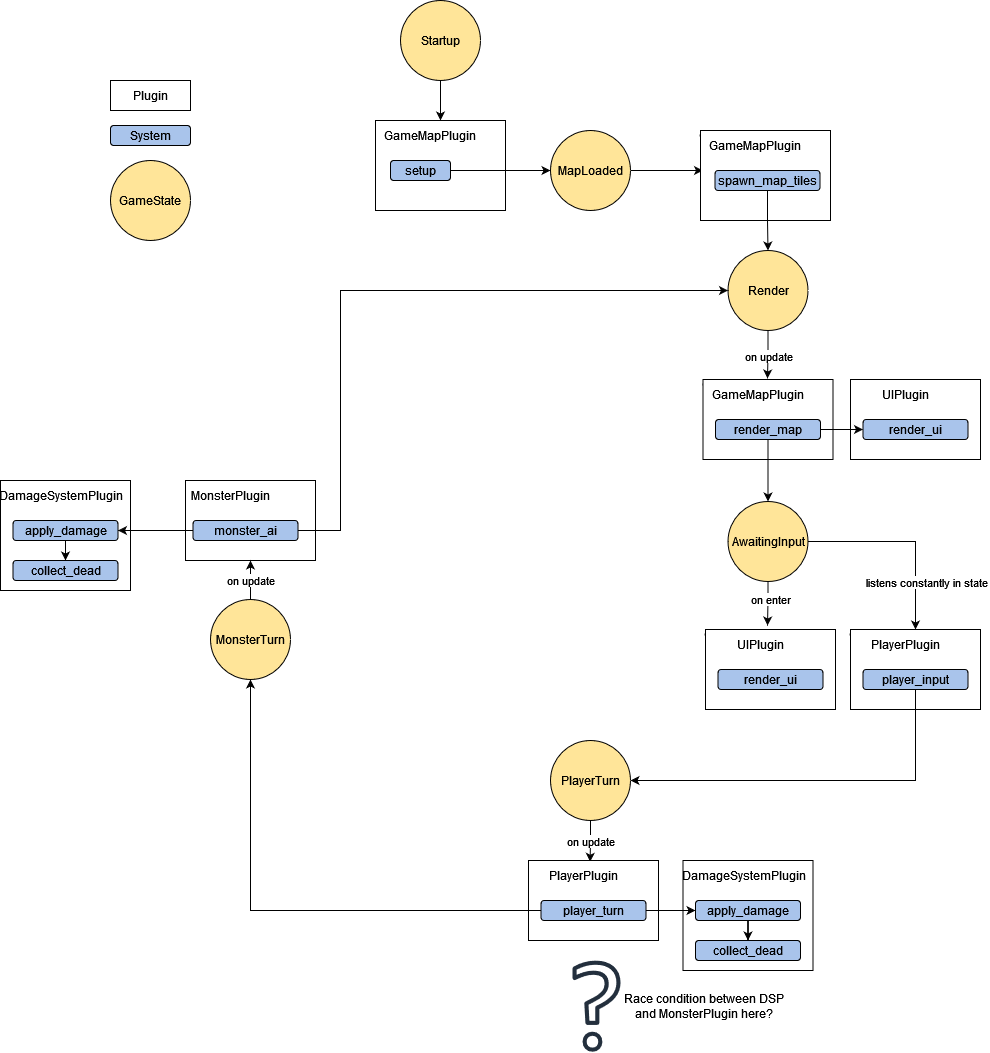
The draw.io diagram doc/game states.png in Philser/roguelike, before a commit. Source tidied: cells renumbered, new cells last; positions are measured from the earlier drawing's top-left corner, leaving out a move shared by most shapes. Its diagram source:
```xml
<mxGraphModel>
  <root>
    <mxCell id="0" />
    <mxCell id="1" parent="0" />
    <mxCell id="2" style="whiteSpace=wrap;html=1;" parent="1" vertex="1">
      <mxGeometry x="850" y="379" width="130" height="80" as="geometry" />
    </mxCell>
    <mxCell id="3" style="whiteSpace=wrap;html=1;" parent="1" vertex="1">
      <mxGeometry y="480" width="130" height="110" as="geometry" />
    </mxCell>
    <mxCell id="4" style="whiteSpace=wrap;html=1;" parent="1" vertex="1">
      <mxGeometry x="185" y="480" width="130" height="80" as="geometry" />
    </mxCell>
    <mxCell id="5" style="whiteSpace=wrap;html=1;" parent="1" vertex="1">
      <mxGeometry x="682.5" y="860" width="130" height="110" as="geometry" />
    </mxCell>
    <mxCell id="6" style="edgeStyle=orthogonalEdgeStyle;rounded=0;jettySize=auto;html=1;" parent="1" edge="1" source="7" target="8">
      <mxGeometry relative="1" as="geometry" />
    </mxCell>
    <mxCell id="7" value="Startup" style="ellipse;whiteSpace=wrap;html=1;fillColor=#FFE599;" parent="1" vertex="1">
      <mxGeometry x="400" width="80" height="80" as="geometry" />
    </mxCell>
    <mxCell id="8" style="whiteSpace=wrap;html=1;" parent="1" vertex="1">
      <mxGeometry x="375" y="120" width="130" height="90" as="geometry" />
    </mxCell>
    <mxCell id="9" value="GameMapPlugin" style="text;html=1;strokeColor=none;fillColor=none;align=center;verticalAlign=middle;whiteSpace=wrap;rounded=0;" parent="1" vertex="1">
      <mxGeometry x="400" y="120" width="60" height="30" as="geometry" />
    </mxCell>
    <mxCell id="10" style="edgeStyle=orthogonalEdgeStyle;rounded=0;jettySize=auto;html=1;entryX=0;entryY=0.5;entryDx=0;entryDy=0;" parent="1" edge="1" source="11" target="15">
      <mxGeometry relative="1" as="geometry" />
    </mxCell>
    <mxCell id="11" value="setup" style="rounded=1;whiteSpace=wrap;html=1;fillColor=#A9C4EB;" parent="1" vertex="1">
      <mxGeometry x="390" y="160" width="60" height="20" as="geometry" />
    </mxCell>
    <mxCell id="12" value="Plugin" style="whiteSpace=wrap;html=1;" parent="1" vertex="1">
      <mxGeometry x="110" y="80" width="80" height="30" as="geometry" />
    </mxCell>
    <mxCell id="13" value="System" style="rounded=1;whiteSpace=wrap;html=1;fillColor=#A9C4EB;" parent="1" vertex="1">
      <mxGeometry x="110" y="125" width="80" height="20" as="geometry" />
    </mxCell>
    <mxCell id="14" style="edgeStyle=orthogonalEdgeStyle;rounded=0;jettySize=auto;html=1;entryX=0;entryY=0.5;entryDx=0;entryDy=0;" parent="1" edge="1" source="15" target="18">
      <mxGeometry relative="1" as="geometry" />
    </mxCell>
    <mxCell id="15" value="MapLoaded" style="ellipse;whiteSpace=wrap;html=1;fillColor=#FFE599;" parent="1" vertex="1">
      <mxGeometry x="550" y="130" width="80" height="80" as="geometry" />
    </mxCell>
    <mxCell id="16" value="GameState" style="ellipse;whiteSpace=wrap;html=1;fillColor=#FFE599;" parent="1" vertex="1">
      <mxGeometry x="110" y="160" width="80" height="80" as="geometry" />
    </mxCell>
    <mxCell id="17" value="GameMapPlugin" style="text;html=1;strokeColor=none;fillColor=none;align=center;verticalAlign=middle;whiteSpace=wrap;rounded=0;" parent="1" vertex="1">
      <mxGeometry x="715" y="120" width="60" height="30" as="geometry" />
    </mxCell>
    <mxCell id="18" value="spawn_map_tiles" style="rounded=1;whiteSpace=wrap;html=1;fillColor=#A9C4EB;" parent="1" vertex="1">
      <mxGeometry x="702.5" y="160" width="105" height="20" as="geometry" />
    </mxCell>
    <mxCell id="19" value="on update" style="edgeStyle=orthogonalEdgeStyle;rounded=0;jettySize=auto;html=1;entryX=0.658;entryY=-0.033;entryDx=0;entryDy=0;entryPerimeter=0;" parent="1" edge="1" source="20" target="28">
      <mxGeometry x="0.01" y="-2" relative="1" as="geometry">
        <mxPoint x="3" y="2" as="offset" />
      </mxGeometry>
    </mxCell>
    <mxCell id="20" value="Render" style="ellipse;whiteSpace=wrap;html=1;fillColor=#FFE599;" parent="1" vertex="1">
      <mxGeometry x="727.5" y="250" width="80" height="80" as="geometry" />
    </mxCell>
    <mxCell id="21" style="whiteSpace=wrap;html=1;" parent="1" vertex="1">
      <mxGeometry x="700" y="130" width="130" height="90" as="geometry" />
    </mxCell>
    <mxCell id="22" value="GameMapPlugin" style="text;html=1;strokeColor=none;fillColor=none;align=center;verticalAlign=middle;whiteSpace=wrap;rounded=0;" parent="1" vertex="1">
      <mxGeometry x="725" y="130" width="60" height="30" as="geometry" />
    </mxCell>
    <mxCell id="23" style="edgeStyle=orthogonalEdgeStyle;rounded=0;jettySize=auto;html=1;entryX=0.5;entryY=0;entryDx=0;entryDy=0;" parent="1" edge="1" source="24" target="20">
      <mxGeometry relative="1" as="geometry" />
    </mxCell>
    <mxCell id="24" value="spawn_map_tiles" style="rounded=1;whiteSpace=wrap;html=1;fillColor=#A9C4EB;" parent="1" vertex="1">
      <mxGeometry x="714.5" y="170" width="105" height="20" as="geometry" />
    </mxCell>
    <mxCell id="25" value="GameMapPlugin" style="text;html=1;strokeColor=none;fillColor=none;align=center;verticalAlign=middle;whiteSpace=wrap;rounded=0;" parent="1" vertex="1">
      <mxGeometry x="717.5" y="369" width="60" height="30" as="geometry" />
    </mxCell>
    <mxCell id="26" value="spawn_map_tiles" style="rounded=1;whiteSpace=wrap;html=1;fillColor=#A9C4EB;" parent="1" vertex="1">
      <mxGeometry x="705" y="409" width="105" height="20" as="geometry" />
    </mxCell>
    <mxCell id="27" style="whiteSpace=wrap;html=1;" parent="1" vertex="1">
      <mxGeometry x="702.5" y="379" width="130" height="80" as="geometry" />
    </mxCell>
    <mxCell id="28" value="GameMapPlugin" style="text;html=1;strokeColor=none;fillColor=none;align=center;verticalAlign=middle;whiteSpace=wrap;rounded=0;" parent="1" vertex="1">
      <mxGeometry x="727.5" y="379" width="60" height="30" as="geometry" />
    </mxCell>
    <mxCell id="29" style="edgeStyle=orthogonalEdgeStyle;rounded=0;jettySize=auto;html=1;entryX=0.5;entryY=0;entryDx=0;entryDy=0;" parent="1" edge="1" source="31" target="35">
      <mxGeometry relative="1" as="geometry" />
    </mxCell>
    <mxCell id="30" style="edgeStyle=orthogonalEdgeStyle;rounded=0;jettySize=auto;html=1;entryX=0;entryY=0.5;entryDx=0;entryDy=0;" parent="1" edge="1" source="31" target="42">
      <mxGeometry relative="1" as="geometry" />
    </mxCell>
    <mxCell id="31" value="render_map" style="rounded=1;whiteSpace=wrap;html=1;fillColor=#A9C4EB;" parent="1" vertex="1">
      <mxGeometry x="715" y="419" width="105" height="20" as="geometry" />
    </mxCell>
    <mxCell id="32" value="on enter" style="edgeStyle=orthogonalEdgeStyle;rounded=0;jettySize=auto;html=1;entryX=0.617;entryY=-0.133;entryDx=0;entryDy=0;entryPerimeter=0;" parent="1" edge="1" source="35" target="39">
      <mxGeometry x="-0.18" y="3" relative="1" as="geometry">
        <Array as="points">
          <mxPoint x="767" y="599" />
          <mxPoint x="767" y="599" />
        </Array>
      </mxGeometry>
    </mxCell>
    <mxCell id="33" style="edgeStyle=orthogonalEdgeStyle;rounded=0;jettySize=auto;html=1;entryX=0.5;entryY=0;entryDx=0;entryDy=0;" parent="1" edge="1" source="35" target="45">
      <mxGeometry relative="1" as="geometry" />
    </mxCell>
    <mxCell id="34" value="listens constantly in state" style="edgeLabel;html=1;align=center;verticalAlign=middle;" parent="33" vertex="1">
      <mxGeometry x="-0.12" relative="1" as="geometry">
        <mxPoint x="32" y="40" as="offset" />
      </mxGeometry>
    </mxCell>
    <mxCell id="35" value="AwaitingInput" style="ellipse;whiteSpace=wrap;html=1;fillColor=#FFE599;" parent="1" vertex="1">
      <mxGeometry x="727.5" y="501" width="80" height="80" as="geometry" />
    </mxCell>
    <mxCell id="36" value="GameMapPlugin" style="text;html=1;strokeColor=none;fillColor=none;align=center;verticalAlign=middle;whiteSpace=wrap;rounded=0;" parent="1" vertex="1">
      <mxGeometry x="720" y="619" width="60" height="30" as="geometry" />
    </mxCell>
    <mxCell id="37" value="spawn_map_tiles" style="rounded=1;whiteSpace=wrap;html=1;fillColor=#A9C4EB;" parent="1" vertex="1">
      <mxGeometry x="707.5" y="659" width="105" height="20" as="geometry" />
    </mxCell>
    <mxCell id="38" style="whiteSpace=wrap;html=1;" parent="1" vertex="1">
      <mxGeometry x="705" y="629" width="130" height="80" as="geometry" />
    </mxCell>
    <mxCell id="39" value="UIPlugin" style="text;html=1;strokeColor=none;fillColor=none;align=center;verticalAlign=middle;whiteSpace=wrap;rounded=0;" parent="1" vertex="1">
      <mxGeometry x="730" y="629" width="60" height="30" as="geometry" />
    </mxCell>
    <mxCell id="40" value="render_ui" style="rounded=1;whiteSpace=wrap;html=1;fillColor=#A9C4EB;" parent="1" vertex="1">
      <mxGeometry x="717.5" y="669" width="105" height="20" as="geometry" />
    </mxCell>
    <mxCell id="41" value="UIPlugin" style="text;html=1;strokeColor=none;fillColor=none;align=center;verticalAlign=middle;whiteSpace=wrap;rounded=0;" parent="1" vertex="1">
      <mxGeometry x="875" y="379" width="60" height="30" as="geometry" />
    </mxCell>
    <mxCell id="42" value="render_ui" style="rounded=1;whiteSpace=wrap;html=1;fillColor=#A9C4EB;" parent="1" vertex="1">
      <mxGeometry x="862.5" y="419" width="105" height="20" as="geometry" />
    </mxCell>
    <mxCell id="43" value="GameMapPlugin" style="text;html=1;strokeColor=none;fillColor=none;align=center;verticalAlign=middle;whiteSpace=wrap;rounded=0;" parent="1" vertex="1">
      <mxGeometry x="865" y="619" width="60" height="30" as="geometry" />
    </mxCell>
    <mxCell id="44" value="spawn_map_tiles" style="rounded=1;whiteSpace=wrap;html=1;fillColor=#A9C4EB;" parent="1" vertex="1">
      <mxGeometry x="852.5" y="659" width="105" height="20" as="geometry" />
    </mxCell>
    <mxCell id="45" style="whiteSpace=wrap;html=1;" parent="1" vertex="1">
      <mxGeometry x="850" y="629" width="130" height="80" as="geometry" />
    </mxCell>
    <mxCell id="46" value="PlayerPlugin" style="text;html=1;strokeColor=none;fillColor=none;align=center;verticalAlign=middle;whiteSpace=wrap;rounded=0;" parent="1" vertex="1">
      <mxGeometry x="875" y="629" width="60" height="30" as="geometry" />
    </mxCell>
    <mxCell id="47" style="edgeStyle=orthogonalEdgeStyle;rounded=0;jettySize=auto;html=1;entryX=1;entryY=0.5;entryDx=0;entryDy=0;" parent="1" edge="1" source="48" target="50">
      <mxGeometry relative="1" as="geometry">
        <Array as="points">
          <mxPoint x="915" y="780" />
        </Array>
      </mxGeometry>
    </mxCell>
    <mxCell id="48" value="player_input" style="rounded=1;whiteSpace=wrap;html=1;fillColor=#A9C4EB;" parent="1" vertex="1">
      <mxGeometry x="862.5" y="669" width="105" height="20" as="geometry" />
    </mxCell>
    <mxCell id="49" value="on update" style="edgeStyle=orthogonalEdgeStyle;rounded=0;jettySize=auto;html=1;entryX=0.61;entryY=0.043;entryDx=0;entryDy=0;entryPerimeter=0;" parent="1" edge="1" source="50" target="53">
      <mxGeometry relative="1" as="geometry" />
    </mxCell>
    <mxCell id="50" value="PlayerTurn" style="ellipse;whiteSpace=wrap;html=1;fillColor=#FFE599;" parent="1" vertex="1">
      <mxGeometry x="550" y="740" width="80" height="80" as="geometry" />
    </mxCell>
    <mxCell id="51" value="spawn_map_tiles" style="rounded=1;whiteSpace=wrap;html=1;fillColor=#A9C4EB;" parent="1" vertex="1">
      <mxGeometry x="530.5" y="890" width="105" height="20" as="geometry" />
    </mxCell>
    <mxCell id="52" style="whiteSpace=wrap;html=1;" parent="1" vertex="1">
      <mxGeometry x="528" y="860" width="130" height="80" as="geometry" />
    </mxCell>
    <mxCell id="53" value="PlayerPlugin" style="text;html=1;strokeColor=none;fillColor=none;align=center;verticalAlign=middle;whiteSpace=wrap;rounded=0;" parent="1" vertex="1">
      <mxGeometry x="553" y="860" width="60" height="30" as="geometry" />
    </mxCell>
    <mxCell id="54" style="edgeStyle=orthogonalEdgeStyle;rounded=0;jettySize=auto;html=1;entryX=0;entryY=0.5;entryDx=0;entryDy=0;" parent="1" edge="1" source="56" target="61">
      <mxGeometry relative="1" as="geometry" />
    </mxCell>
    <mxCell id="55" style="edgeStyle=orthogonalEdgeStyle;rounded=0;jettySize=auto;html=1;entryX=0.5;entryY=1;entryDx=0;entryDy=0;" parent="1" edge="1" source="56" target="58">
      <mxGeometry relative="1" as="geometry" />
    </mxCell>
    <mxCell id="56" value="player_turn" style="rounded=1;whiteSpace=wrap;html=1;fillColor=#A9C4EB;" parent="1" vertex="1">
      <mxGeometry x="540.5" y="900" width="105" height="20" as="geometry" />
    </mxCell>
    <mxCell id="57" value="on update" style="edgeStyle=orthogonalEdgeStyle;rounded=0;jettySize=auto;html=1;entryX=0.5;entryY=1;entryDx=0;entryDy=0;" parent="1" edge="1" source="58" target="4">
      <mxGeometry relative="1" as="geometry" />
    </mxCell>
    <mxCell id="58" value="MonsterTurn" style="ellipse;whiteSpace=wrap;html=1;fillColor=#FFE599;" parent="1" vertex="1">
      <mxGeometry x="210" y="599" width="80" height="80" as="geometry" />
    </mxCell>
    <mxCell id="59" value="DamageSystemPlugin" style="text;html=1;strokeColor=none;fillColor=none;align=center;verticalAlign=middle;whiteSpace=wrap;rounded=0;" parent="1" vertex="1">
      <mxGeometry x="713.5" y="860" width="60" height="30" as="geometry" />
    </mxCell>
    <mxCell id="60" style="edgeStyle=orthogonalEdgeStyle;rounded=0;jettySize=auto;html=1;entryX=0.5;entryY=0;entryDx=0;entryDy=0;" parent="1" edge="1" source="61" target="62">
      <mxGeometry relative="1" as="geometry" />
    </mxCell>
    <mxCell id="61" value="apply_damage" style="rounded=1;whiteSpace=wrap;html=1;fillColor=#A9C4EB;" parent="1" vertex="1">
      <mxGeometry x="695" y="900" width="105" height="20" as="geometry" />
    </mxCell>
    <mxCell id="62" value="collect_dead" style="rounded=1;whiteSpace=wrap;html=1;fillColor=#A9C4EB;" parent="1" vertex="1">
      <mxGeometry x="695" y="940" width="105" height="20" as="geometry" />
    </mxCell>
    <mxCell id="63" style="sketch=0;fontColor=#232F3E;gradientColor=none;fillColor=#232F3D;strokeColor=none;dashed=0;verticalLabelPosition=bottom;verticalAlign=top;align=center;html=1;fontSize=12;fontStyle=0;shape=mxgraph.aws4.question;" parent="1" vertex="1">
      <mxGeometry x="572" y="960" width="48" height="91.3" as="geometry" />
    </mxCell>
    <mxCell id="64" value="Race condition between DSP &lt;br&gt;and MonsterPlugin here?" style="text;html=1;align=center;verticalAlign=middle;strokeColor=none;fillColor=none;" parent="1" vertex="1">
      <mxGeometry x="617.5" y="990.7" width="170" height="30" as="geometry" />
    </mxCell>
    <mxCell id="65" style="edgeStyle=orthogonalEdgeStyle;rounded=0;jettySize=auto;html=1;entryX=0;entryY=0.5;entryDx=0;entryDy=0;" parent="1" edge="1" source="67" target="20">
      <mxGeometry relative="1" as="geometry">
        <Array as="points">
          <mxPoint x="340" y="530" />
          <mxPoint x="340" y="290" />
        </Array>
      </mxGeometry>
    </mxCell>
    <mxCell id="66" style="edgeStyle=orthogonalEdgeStyle;rounded=0;jettySize=auto;html=1;entryX=1;entryY=0.5;entryDx=0;entryDy=0;" parent="1" edge="1" source="67" target="71">
      <mxGeometry relative="1" as="geometry" />
    </mxCell>
    <mxCell id="67" value="monster_ai" style="rounded=1;whiteSpace=wrap;html=1;fillColor=#A9C4EB;" parent="1" vertex="1">
      <mxGeometry x="192.5" y="520" width="105" height="20" as="geometry" />
    </mxCell>
    <mxCell id="68" value="MonsterPlugin" style="text;html=1;strokeColor=none;fillColor=none;align=center;verticalAlign=middle;whiteSpace=wrap;rounded=0;" parent="1" vertex="1">
      <mxGeometry x="200" y="480" width="60" height="30" as="geometry" />
    </mxCell>
    <mxCell id="69" value="DamageSystemPlugin" style="text;html=1;strokeColor=none;fillColor=none;align=center;verticalAlign=middle;whiteSpace=wrap;rounded=0;" parent="1" vertex="1">
      <mxGeometry x="31" y="480" width="60" height="30" as="geometry" />
    </mxCell>
    <mxCell id="70" style="edgeStyle=orthogonalEdgeStyle;rounded=0;jettySize=auto;html=1;entryX=0.5;entryY=0;entryDx=0;entryDy=0;" parent="1" edge="1" source="71" target="72">
      <mxGeometry relative="1" as="geometry" />
    </mxCell>
    <mxCell id="71" value="apply_damage" style="rounded=1;whiteSpace=wrap;html=1;fillColor=#A9C4EB;" parent="1" vertex="1">
      <mxGeometry x="12.5" y="520" width="105" height="20" as="geometry" />
    </mxCell>
    <mxCell id="72" value="collect_dead" style="rounded=1;whiteSpace=wrap;html=1;fillColor=#A9C4EB;" parent="1" vertex="1">
      <mxGeometry x="12.5" y="560" width="105" height="20" as="geometry" />
    </mxCell>
  </root>
</mxGraphModel>
```
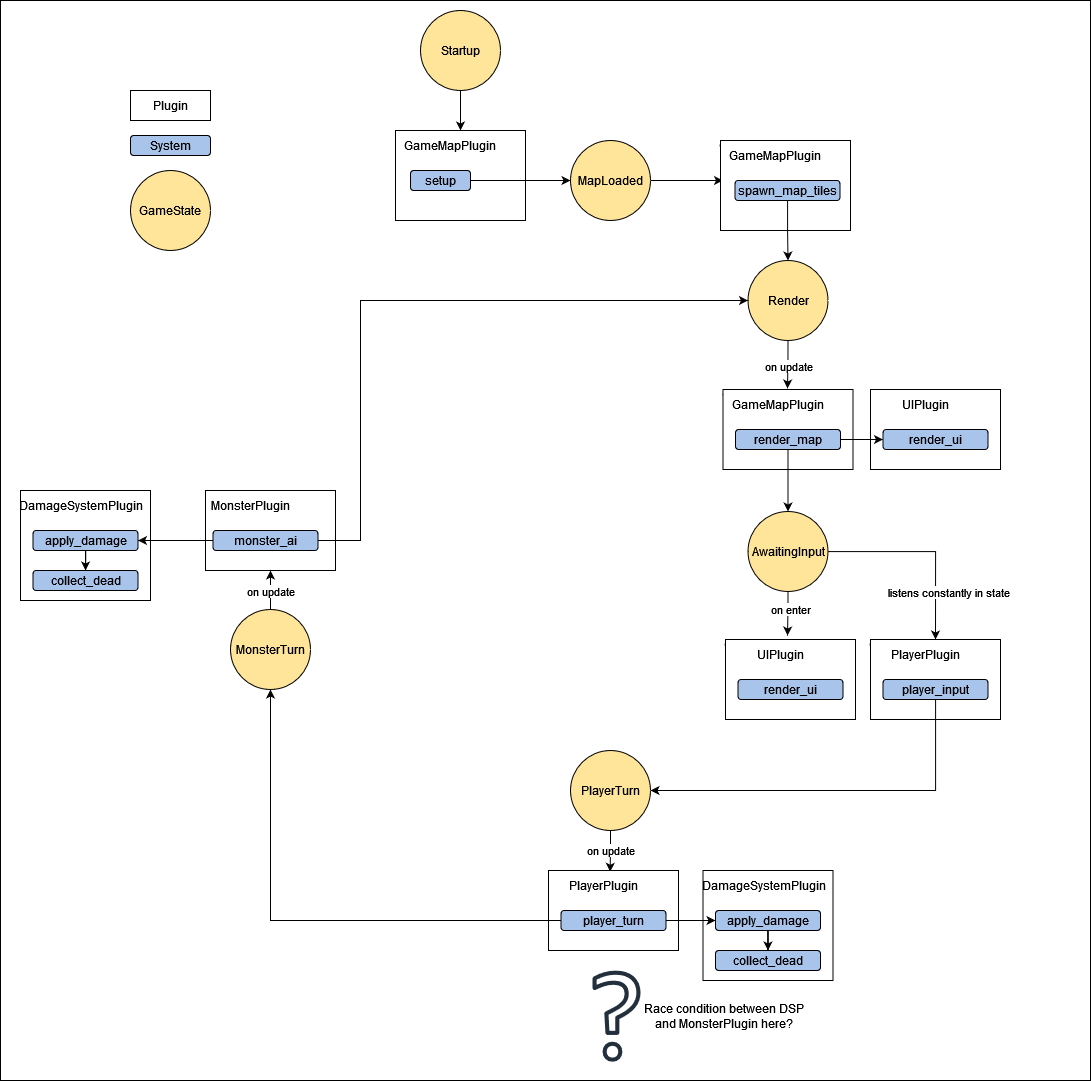
The same diagram one commit later.

What changed in the source:
```diff
@@ -2,6 +2,9 @@
   <root>
     <mxCell id="0" />
     <mxCell id="1" parent="0" />
+    <mxCell id="73" style="rounded=0;whiteSpace=wrap;html=1;" parent="1" vertex="1">
+      <mxGeometry x="-20" y="-10" width="1090" height="1080" as="geometry" />
+    </mxCell>
     <mxCell id="2" style="whiteSpace=wrap;html=1;" parent="1" vertex="1">
       <mxGeometry x="850" y="379" width="130" height="80" as="geometry" />
     </mxCell>
```
